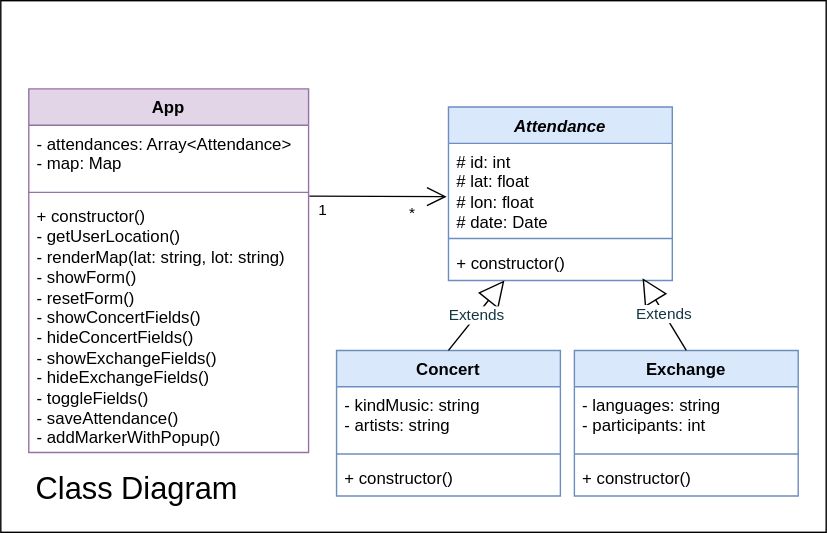
The draw.io diagram class-diagram.drawio.svg in josenavarrohub/vanilla-js-eventify, before a commit. Source tidied: cells renumbered, new cells last; positions are measured from the earlier drawing's top-left corner, leaving out a move shared by most shapes. Its diagram source:
```xml
<mxGraphModel background="#FFFFFF">
  <root>
    <mxCell id="0" />
    <mxCell id="1" parent="0" />
    <mxCell id="2" style="rounded=0;whiteSpace=wrap;html=1;fontSize=16;strokeColor=default;" parent="1" vertex="1">
      <mxGeometry width="590" height="380" as="geometry" />
    </mxCell>
    <mxCell id="3" value="Class Diagram" style="text;html=1;strokeColor=none;fillColor=none;align=center;verticalAlign=middle;whiteSpace=wrap;rounded=0;fontSize=22;" parent="1" vertex="1">
      <mxGeometry x="10" y="330" width="175" height="40" as="geometry" />
    </mxCell>
    <mxCell id="4" value="&lt;i&gt;Attendance&lt;/i&gt;" style="swimlane;fontStyle=1;align=center;verticalAlign=top;horizontal=1;startSize=26;whiteSpace=wrap;html=1;swimlaneLine=1;fillColor=#dae8fc;strokeColor=#6c8ebf;" parent="1" vertex="1">
      <mxGeometry x="320" y="76" width="160" height="124" as="geometry" />
    </mxCell>
    <mxCell id="5" value="&lt;span id=&quot;docs-internal-guid-5c088fe4-7fff-a9e7-d3c3-fa63c1cc96f2&quot;&gt;&lt;/span&gt;&lt;span id=&quot;docs-internal-guid-5c088fe4-7fff-a9e7-d3c3-fa63c1cc96f2&quot;&gt;&lt;/span&gt;# id: int&lt;br&gt;# lat: float&lt;br&gt;# lon: float&lt;br&gt;# date: Date" style="text;strokeColor=none;fillColor=none;align=left;verticalAlign=top;spacingLeft=4;spacingRight=4;overflow=hidden;points=[[0,0.5],[1,0.5]];portConstraint=eastwest;whiteSpace=wrap;html=1;" parent="4" vertex="1">
      <mxGeometry y="26" width="160" height="64" as="geometry" />
    </mxCell>
    <mxCell id="6" style="line;strokeWidth=1;fillColor=none;align=left;verticalAlign=middle;spacingTop=-1;spacingLeft=3;spacingRight=3;labelPosition=right;strokeColor=inherit;" parent="4" vertex="1">
      <mxGeometry y="90" width="160" height="8" as="geometry" />
    </mxCell>
    <mxCell id="7" value="+ constructor()" style="text;strokeColor=none;fillColor=none;align=left;verticalAlign=top;spacingLeft=4;spacingRight=4;overflow=hidden;points=[[0,0.5],[1,0.5]];portConstraint=eastwest;whiteSpace=wrap;html=1;" parent="4" vertex="1">
      <mxGeometry y="98" width="160" height="26" as="geometry" />
    </mxCell>
    <mxCell id="8" value="Concert" style="swimlane;fontStyle=1;align=center;verticalAlign=top;horizontal=1;startSize=26;whiteSpace=wrap;html=1;fillColor=#dae8fc;strokeColor=#6c8ebf;" parent="1" vertex="1">
      <mxGeometry x="240" y="250" width="160" height="104" as="geometry" />
    </mxCell>
    <mxCell id="9" value="- kindMusic: string&lt;br&gt;- artists: string&amp;nbsp;" style="text;strokeColor=none;fillColor=none;align=left;verticalAlign=top;spacingLeft=4;spacingRight=4;overflow=hidden;whiteSpace=wrap;html=1;" parent="8" vertex="1">
      <mxGeometry y="26" width="160" height="44" as="geometry" />
    </mxCell>
    <mxCell id="10" style="line;strokeWidth=1;fillColor=none;align=left;verticalAlign=middle;spacingTop=-1;spacingLeft=3;spacingRight=3;labelPosition=right;strokeColor=inherit;" parent="8" vertex="1">
      <mxGeometry y="70" width="160" height="8" as="geometry" />
    </mxCell>
    <mxCell id="11" value="+ constructor()" style="text;strokeColor=none;fillColor=none;align=left;verticalAlign=top;spacingLeft=4;spacingRight=4;overflow=hidden;whiteSpace=wrap;html=1;" parent="8" vertex="1">
      <mxGeometry y="78" width="160" height="26" as="geometry" />
    </mxCell>
    <mxCell id="12" value="Exchange" style="swimlane;fontStyle=1;align=center;verticalAlign=top;horizontal=1;startSize=26;whiteSpace=wrap;html=1;fillColor=#dae8fc;strokeColor=#6c8ebf;" parent="1" vertex="1">
      <mxGeometry x="410" y="250" width="160" height="104" as="geometry" />
    </mxCell>
    <mxCell id="13" value="- languages: string&lt;br&gt;- participants: int" style="text;strokeColor=none;fillColor=none;align=left;verticalAlign=top;spacingLeft=4;spacingRight=4;overflow=hidden;whiteSpace=wrap;html=1;" parent="12" vertex="1">
      <mxGeometry y="26" width="160" height="44" as="geometry" />
    </mxCell>
    <mxCell id="14" style="line;strokeWidth=1;fillColor=none;align=left;verticalAlign=middle;spacingTop=-1;spacingLeft=3;spacingRight=3;labelPosition=right;strokeColor=inherit;" parent="12" vertex="1">
      <mxGeometry y="70" width="160" height="8" as="geometry" />
    </mxCell>
    <mxCell id="15" value="+ constructor()" style="text;strokeColor=none;fillColor=none;align=left;verticalAlign=top;spacingLeft=4;spacingRight=4;overflow=hidden;whiteSpace=wrap;html=1;" parent="12" vertex="1">
      <mxGeometry y="78" width="160" height="26" as="geometry" />
    </mxCell>
    <mxCell id="16" value="Extends" style="endArrow=block;endSize=16;endFill=0;html=1;rounded=0;strokeColor=default;fontColor=#143642;fillColor=#FAE5C7;exitX=0.5;exitY=0;exitDx=0;exitDy=0;shadow=0;entryX=0.25;entryY=1;entryDx=0;entryDy=0;" parent="1" edge="1" source="8" target="4">
      <mxGeometry relative="1" as="geometry" />
    </mxCell>
    <mxCell id="17" value="Extends" style="endArrow=block;endSize=16;endFill=0;html=1;rounded=0;strokeColor=default;fontColor=#143642;fillColor=#FAE5C7;exitX=0.5;exitY=0;exitDx=0;exitDy=0;entryX=0.867;entryY=0.936;entryDx=0;entryDy=0;shadow=0;entryPerimeter=0;" parent="1" edge="1" source="12" target="7">
      <mxGeometry relative="1" as="geometry" />
    </mxCell>
    <mxCell id="18" value="App" style="swimlane;fontStyle=1;align=center;verticalAlign=top;horizontal=1;startSize=26;whiteSpace=wrap;html=1;swimlaneLine=1;fillColor=#e1d5e7;strokeColor=#9673a6;" parent="1" vertex="1">
      <mxGeometry x="20" y="63" width="200" height="260" as="geometry" />
    </mxCell>
    <mxCell id="19" value="- attendances: Array&amp;lt;Attendance&amp;gt;&lt;br&gt;- map: Map" style="text;strokeColor=none;fillColor=none;align=left;verticalAlign=top;spacingLeft=4;spacingRight=4;overflow=hidden;whiteSpace=wrap;html=1;" parent="18" vertex="1">
      <mxGeometry y="26" width="200" height="44" as="geometry" />
    </mxCell>
    <mxCell id="20" style="line;strokeWidth=1;fillColor=none;align=left;verticalAlign=middle;spacingTop=-1;spacingLeft=3;spacingRight=3;labelPosition=right;strokeColor=inherit;" parent="18" vertex="1">
      <mxGeometry y="70" width="200" height="8" as="geometry" />
    </mxCell>
    <mxCell id="21" value="+ constructor()&lt;br&gt;- getUserLocation()&lt;br&gt;- renderMap(lat: string, lot: string)&lt;br&gt;- showForm()&lt;br&gt;- resetForm()&lt;br&gt;- showConcertFields()&lt;br&gt;- hideConcertFields()&lt;br&gt;- showExchangeFields()&lt;br&gt;- hideExchangeFields()&lt;br&gt;- toggleFields()&lt;br&gt;- saveAttendance()&lt;br&gt;-&amp;nbsp;addMarkerWithPopup()" style="text;strokeColor=none;fillColor=none;align=left;verticalAlign=top;spacingLeft=4;spacingRight=4;overflow=hidden;points=[[0,0.5],[1,0.5]];portConstraint=eastwest;whiteSpace=wrap;html=1;" parent="18" vertex="1">
      <mxGeometry y="78" width="200" height="182" as="geometry" />
    </mxCell>
    <mxCell id="22" style="endArrow=open;endFill=1;endSize=12;html=1;rounded=0;exitX=1.003;exitY=-0.007;exitDx=0;exitDy=0;exitPerimeter=0;entryX=-0.008;entryY=0.595;entryDx=0;entryDy=0;entryPerimeter=0;" parent="1" edge="1" source="21" target="5">
      <mxGeometry relative="1" as="geometry" />
    </mxCell>
    <mxCell id="23" value="*" style="edgeLabel;html=1;align=center;verticalAlign=middle;" parent="22" vertex="1">
      <mxGeometry x="-0.32" y="4" relative="1" as="geometry">
        <mxPoint x="40" y="16" as="offset" />
      </mxGeometry>
    </mxCell>
    <mxCell id="24" value="1" style="edgeLabel;html=1;align=center;verticalAlign=middle;" parent="22" vertex="1">
      <mxGeometry x="-0.65" y="4" relative="1" as="geometry">
        <mxPoint x="-8" y="14" as="offset" />
      </mxGeometry>
    </mxCell>
  </root>
</mxGraphModel>
```
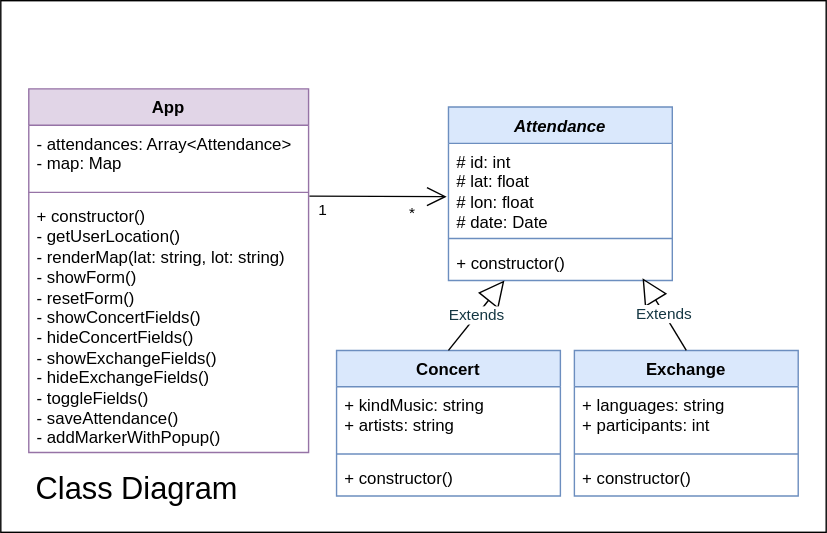
The same file after the commit.

The edit, as a diff of the source:
```diff
@@ -23,7 +23,7 @@
     <mxCell id="8" value="Concert" style="swimlane;fontStyle=1;align=center;verticalAlign=top;horizontal=1;startSize=26;whiteSpace=wrap;html=1;fillColor=#dae8fc;strokeColor=#6c8ebf;" parent="1" vertex="1">
       <mxGeometry x="240" y="250" width="160" height="104" as="geometry" />
     </mxCell>
-    <mxCell id="9" value="- kindMusic: string&lt;br&gt;- artists: string&amp;nbsp;" style="text;strokeColor=none;fillColor=none;align=left;verticalAlign=top;spacingLeft=4;spacingRight=4;overflow=hidden;whiteSpace=wrap;html=1;" parent="8" vertex="1">
+    <mxCell id="9" value="+ kindMusic: string&lt;br&gt;+ artists: string&amp;nbsp;" style="text;strokeColor=none;fillColor=none;align=left;verticalAlign=top;spacingLeft=4;spacingRight=4;overflow=hidden;whiteSpace=wrap;html=1;" parent="8" vertex="1">
       <mxGeometry y="26" width="160" height="44" as="geometry" />
     </mxCell>
     <mxCell id="10" style="line;strokeWidth=1;fillColor=none;align=left;verticalAlign=middle;spacingTop=-1;spacingLeft=3;spacingRight=3;labelPosition=right;strokeColor=inherit;" parent="8" vertex="1">
@@ -35,7 +35,7 @@
     <mxCell id="12" value="Exchange" style="swimlane;fontStyle=1;align=center;verticalAlign=top;horizontal=1;startSize=26;whiteSpace=wrap;html=1;fillColor=#dae8fc;strokeColor=#6c8ebf;" parent="1" vertex="1">
       <mxGeometry x="410" y="250" width="160" height="104" as="geometry" />
     </mxCell>
-    <mxCell id="13" value="- languages: string&lt;br&gt;- participants: int" style="text;strokeColor=none;fillColor=none;align=left;verticalAlign=top;spacingLeft=4;spacingRight=4;overflow=hidden;whiteSpace=wrap;html=1;" parent="12" vertex="1">
+    <mxCell id="13" value="+ languages: string&lt;br&gt;+ participants: int" style="text;strokeColor=none;fillColor=none;align=left;verticalAlign=top;spacingLeft=4;spacingRight=4;overflow=hidden;whiteSpace=wrap;html=1;" parent="12" vertex="1">
       <mxGeometry y="26" width="160" height="44" as="geometry" />
     </mxCell>
     <mxCell id="14" style="line;strokeWidth=1;fillColor=none;align=left;verticalAlign=middle;spacingTop=-1;spacingLeft=3;spacingRight=3;labelPosition=right;strokeColor=inherit;" parent="12" vertex="1">
```
